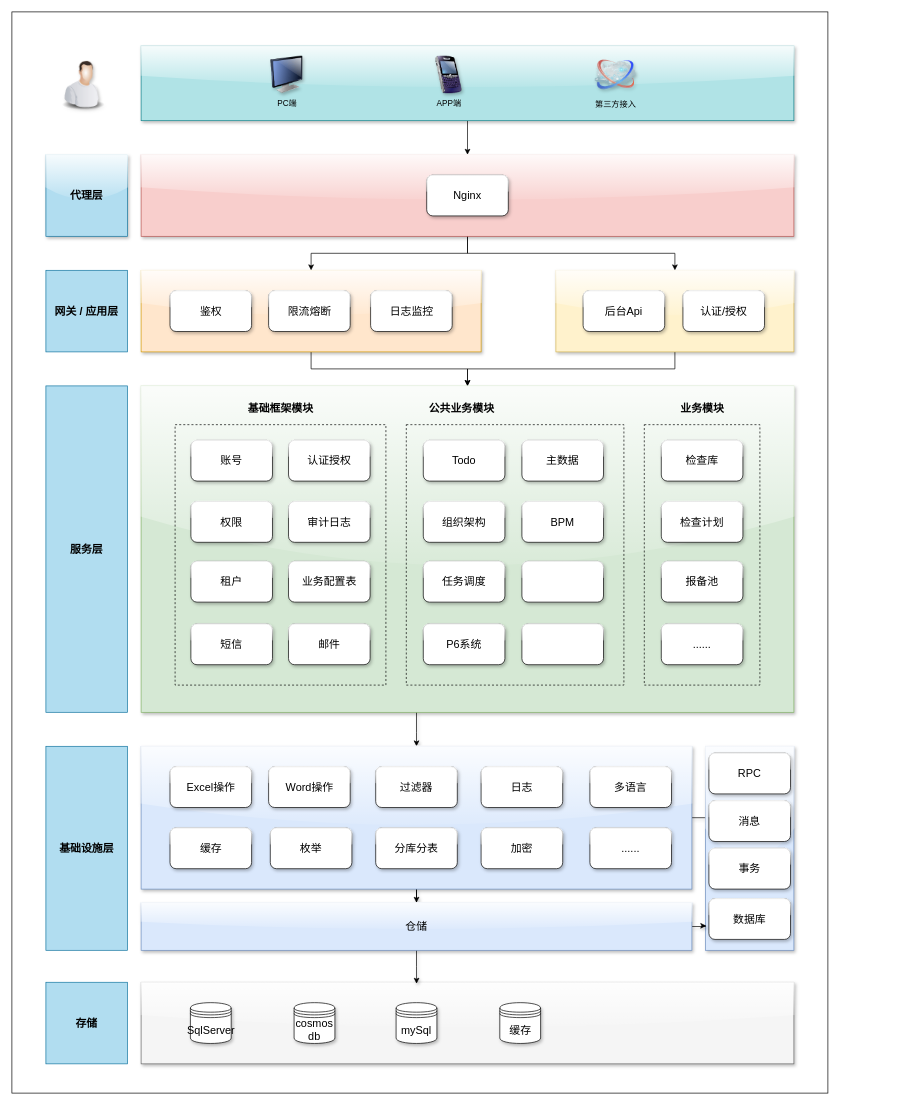
Earlier version of the draw.io diagram drawio/架构图.drawio (jinyangpeng/UML). Source tidied: cells renumbered, new cells numbered last; positions are measured from the earlier drawing's top-left corner, leaving out a move shared by most shapes. Both pictures are drawn from the tidied source at 68%, with x=0, y=0 at pixel (12, 12).
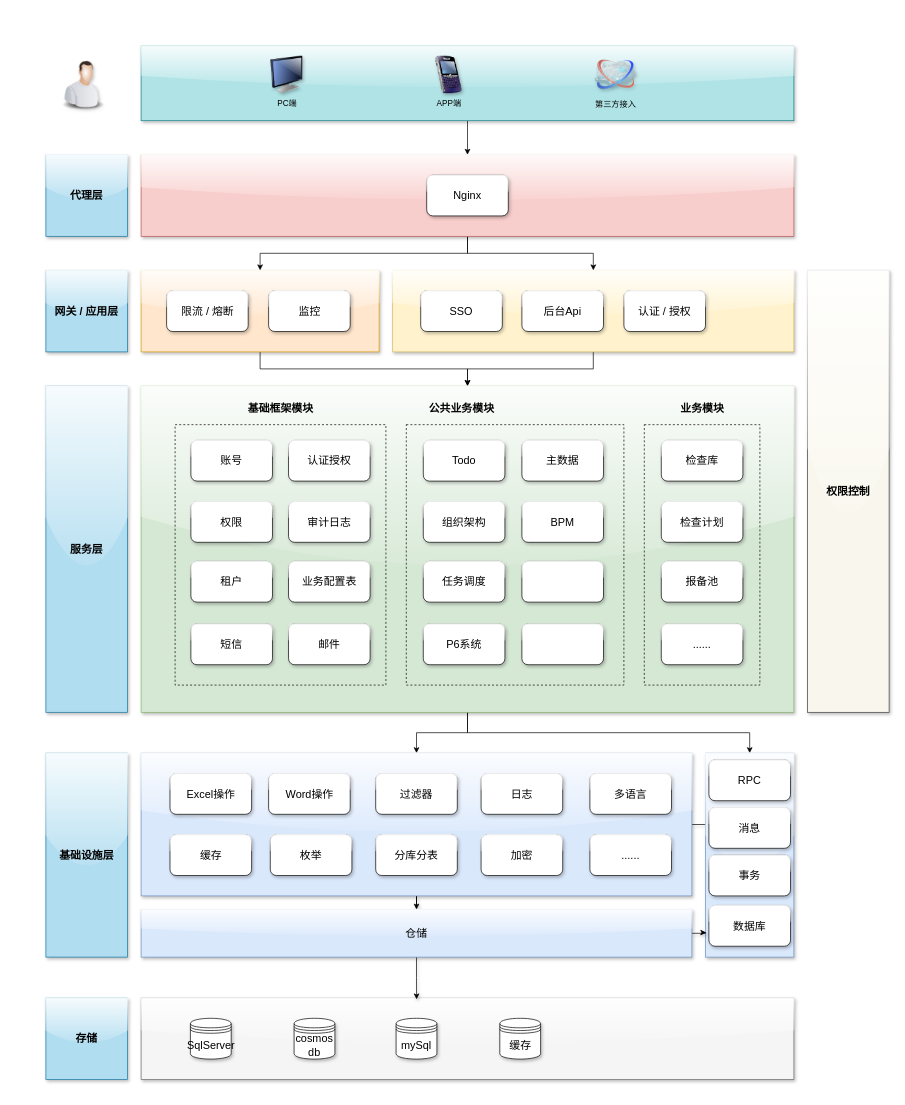
The same diagram, later.

Commit message (it also covers changes not shown here):
更新架构图.drawio

The change refers to these unchanged cells:
```xml
<mxCell id="6" style="rounded=0;whiteSpace=wrap;html=1;fontSize=16;fillColor=#d5e8d4;strokeColor=#82b366;glass=1;shadow=1;" parent="1" vertex="1">
  <mxGeometry x="190" y="550" width="960" height="480" as="geometry" />
</mxCell>
```

What changed in the source:
```diff
@@
-    <mxCell id="2" style="rounded=0;whiteSpace=wrap;html=1;shadow=0;glass=0;sketch=0;strokeWidth=1;fontSize=16;" parent="1" vertex="1">
-      <mxGeometry width="1200" height="1590" as="geometry" />
-    </mxCell>
@@
+    <mxCell id="85" style="edgeStyle=orthogonalEdgeStyle;rounded=0;jettySize=auto;html=1;entryX=0.5;entryY=0;entryDx=0;entryDy=0;" parent="1" edge="1" source="6" target="58">
+      <mxGeometry relative="1" as="geometry">
+        <Array as="points">
+          <mxPoint x="670" y="1060" />
+          <mxPoint x="1085" y="1060" />
+        </Array>
+      </mxGeometry>
+    </mxCell>
-    <mxCell id="5" style="edgeStyle=orthogonalEdgeStyle;rounded=0;jettySize=auto;html=1;entryX=0.5;entryY=0;entryDx=0;entryDy=0;shadow=1;fontSize=16;" parent="1" edge="1" source="6" target="11">
-      <mxGeometry relative="1" as="geometry">
-        <Array as="points">
-          <mxPoint x="595" y="1060" />
-          <mxPoint x="595" y="1060" />
-        </Array>
-      </mxGeometry>
+    <mxCell id="5" style="edgeStyle=orthogonalEdgeStyle;rounded=0;jettySize=auto;html=1;entryX=0.5;entryY=0;entryDx=0;entryDy=0;" parent="1" edge="1" source="6" target="11">
+      <mxGeometry relative="1" as="geometry" />
     </mxCell>
@@
-    <mxCell id="8" value="&lt;font style=&quot;vertical-align: inherit; font-size: 16px;&quot;&gt;&lt;font style=&quot;vertical-align: inherit; font-size: 16px;&quot;&gt;服务层&lt;/font&gt;&lt;/font&gt;" style="rounded=0;whiteSpace=wrap;html=1;fontStyle=1;fontSize=16;labelPosition=center;verticalLabelPosition=middle;align=center;verticalAlign=middle;horizontal=1;fillColor=#b1ddf0;strokeColor=#10739e;" parent="1" vertex="1">
+    <mxCell id="8" value="&lt;font style=&quot;vertical-align: inherit; font-size: 16px;&quot;&gt;&lt;font style=&quot;vertical-align: inherit; font-size: 16px;&quot;&gt;服务层&lt;/font&gt;&lt;/font&gt;" style="rounded=0;whiteSpace=wrap;html=1;fontStyle=1;fontSize=16;labelPosition=center;verticalLabelPosition=middle;align=center;verticalAlign=middle;horizontal=1;fillColor=#b1ddf0;strokeColor=#10739e;glass=1;shadow=1;" parent="1" vertex="1">
       <mxGeometry x="50" y="550" width="120" height="480" as="geometry" />
     </mxCell>
     <mxCell id="9" style="edgeStyle=orthogonalEdgeStyle;rounded=0;jettySize=auto;html=1;shadow=1;fontSize=16;" parent="1" edge="1" source="11">
       <mxGeometry relative="1" as="geometry">
-        <mxPoint x="1019" y="1185" as="targetPoint" />
+        <mxPoint x="1019" y="1195" as="targetPoint" />
       </mxGeometry>
     </mxCell>
@@
     <mxCell id="11" style="rounded=0;whiteSpace=wrap;html=1;fontSize=16;fillColor=#dae8fc;strokeColor=#6c8ebf;glass=1;shadow=1;" parent="1" vertex="1">
-      <mxGeometry x="190" y="1080" width="810" height="210" as="geometry" />
+      <mxGeometry x="190" y="1090" width="810" height="210" as="geometry" />
     </mxCell>
-    <mxCell id="12" value="&lt;font style=&quot;vertical-align: inherit; font-size: 16px;&quot;&gt;&lt;font style=&quot;vertical-align: inherit; font-size: 16px;&quot;&gt;基础设施层&lt;/font&gt;&lt;/font&gt;" style="rounded=0;whiteSpace=wrap;html=1;fontSize=16;fillColor=#b1ddf0;strokeColor=#10739e;fontStyle=1;" parent="1" vertex="1">
-      <mxGeometry x="50" y="1080" width="120" height="300" as="geometry" />
+    <mxCell id="12" value="&lt;font style=&quot;vertical-align: inherit; font-size: 16px;&quot;&gt;&lt;font style=&quot;vertical-align: inherit; font-size: 16px;&quot;&gt;基础设施层&lt;/font&gt;&lt;/font&gt;" style="rounded=0;whiteSpace=wrap;html=1;fontSize=16;fillColor=#b1ddf0;strokeColor=#10739e;fontStyle=1;glass=1;shadow=1;" parent="1" vertex="1">
+      <mxGeometry x="50" y="1090" width="120" height="300" as="geometry" />
     </mxCell>
@@
     <mxCell id="27" value="&lt;font style=&quot;vertical-align: inherit; font-size: 16px;&quot;&gt;&lt;font style=&quot;vertical-align: inherit; font-size: 16px;&quot;&gt;Excel操作&lt;/font&gt;&lt;/font&gt;" style="rounded=1;whiteSpace=wrap;html=1;fontSize=16;shadow=1;glass=1;" parent="1" vertex="1">
-      <mxGeometry x="232.5" y="1110" width="120" height="60" as="geometry" />
+      <mxGeometry x="232.5" y="1120" width="120" height="60" as="geometry" />
     </mxCell>
     <mxCell id="28" value="&lt;font style=&quot;vertical-align: inherit; font-size: 16px;&quot;&gt;&lt;font style=&quot;vertical-align: inherit; font-size: 16px;&quot;&gt;Word操作&lt;/font&gt;&lt;/font&gt;" style="rounded=1;whiteSpace=wrap;html=1;fontSize=16;shadow=1;glass=1;" parent="1" vertex="1">
-      <mxGeometry x="377.5" y="1110" width="120" height="60" as="geometry" />
+      <mxGeometry x="377.5" y="1120" width="120" height="60" as="geometry" />
     </mxCell>
     <mxCell id="29" value="&lt;font style=&quot;vertical-align: inherit; font-size: 16px;&quot;&gt;&lt;font style=&quot;vertical-align: inherit; font-size: 16px;&quot;&gt;加密&lt;/font&gt;&lt;/font&gt;" style="rounded=1;whiteSpace=wrap;html=1;fontSize=16;shadow=1;glass=1;" parent="1" vertex="1">
-      <mxGeometry x="690" y="1200" width="120" height="60" as="geometry" />
+      <mxGeometry x="690" y="1210" width="120" height="60" as="geometry" />
     </mxCell>
     <mxCell id="30" value="&lt;font style=&quot;vertical-align: inherit ; font-size: 16px&quot;&gt;&lt;font style=&quot;vertical-align: inherit ; font-size: 16px&quot;&gt;日志&lt;/font&gt;&lt;/font&gt;" style="rounded=1;whiteSpace=wrap;html=1;fontSize=16;shadow=1;glass=1;" parent="1" vertex="1">
-      <mxGeometry x="690" y="1110" width="120" height="60" as="geometry" />
+      <mxGeometry x="690" y="1120" width="120" height="60" as="geometry" />
     </mxCell>
     <mxCell id="31" value="&lt;font style=&quot;vertical-align: inherit ; font-size: 16px&quot;&gt;&lt;font style=&quot;vertical-align: inherit ; font-size: 16px&quot;&gt;缓存&lt;/font&gt;&lt;/font&gt;" style="rounded=1;whiteSpace=wrap;html=1;fontSize=16;shadow=1;glass=1;" parent="1" vertex="1">
-      <mxGeometry x="232.5" y="1200" width="120" height="60" as="geometry" />
+      <mxGeometry x="232.5" y="1210" width="120" height="60" as="geometry" />
     </mxCell>
     <mxCell id="32" value="&lt;font style=&quot;vertical-align: inherit ; font-size: 16px&quot;&gt;&lt;font style=&quot;vertical-align: inherit ; font-size: 16px&quot;&gt;分库分表&lt;/font&gt;&lt;/font&gt;" style="rounded=1;whiteSpace=wrap;html=1;fontSize=16;shadow=1;glass=1;" parent="1" vertex="1">
-      <mxGeometry x="535" y="1200" width="120" height="60" as="geometry" />
+      <mxGeometry x="535" y="1210" width="120" height="60" as="geometry" />
     </mxCell>
@@
     <mxCell id="40" value="枚举" style="rounded=1;whiteSpace=wrap;html=1;fontSize=16;shadow=1;glass=1;" parent="1" vertex="1">
-      <mxGeometry x="380" y="1200" width="120" height="60" as="geometry" />
+      <mxGeometry x="380" y="1210" width="120" height="60" as="geometry" />
     </mxCell>
     <mxCell id="41" value="过滤器" style="rounded=1;whiteSpace=wrap;html=1;fontSize=16;shadow=1;glass=1;" parent="1" vertex="1">
-      <mxGeometry x="535" y="1110" width="120" height="60" as="geometry" />
+      <mxGeometry x="535" y="1120" width="120" height="60" as="geometry" />
     </mxCell>
     <mxCell id="42" style="rounded=0;whiteSpace=wrap;html=1;fontSize=16;fillColor=#f5f5f5;strokeColor=#666666;fontColor=#333333;glass=1;shadow=1;" parent="1" vertex="1">
-      <mxGeometry x="190" y="1427" width="960" height="120" as="geometry" />
+      <mxGeometry x="190" y="1450" width="960" height="120" as="geometry" />
     </mxCell>
-    <mxCell id="43" value="&lt;font style=&quot;vertical-align: inherit ; font-size: 16px&quot;&gt;&lt;font style=&quot;vertical-align: inherit ; font-size: 16px&quot;&gt;存储&lt;/font&gt;&lt;/font&gt;" style="rounded=0;whiteSpace=wrap;html=1;fontSize=16;fillColor=#b1ddf0;strokeColor=#10739e;fontStyle=1;" parent="1" vertex="1">
-      <mxGeometry x="50" y="1427" width="120" height="120" as="geometry" />
+    <mxCell id="43" value="&lt;font style=&quot;vertical-align: inherit ; font-size: 16px&quot;&gt;&lt;font style=&quot;vertical-align: inherit ; font-size: 16px&quot;&gt;存储&lt;/font&gt;&lt;/font&gt;" style="rounded=0;whiteSpace=wrap;html=1;fontSize=16;fillColor=#b1ddf0;strokeColor=#10739e;fontStyle=1;glass=1;shadow=1;" parent="1" vertex="1">
+      <mxGeometry x="50" y="1450" width="120" height="120" as="geometry" />
     </mxCell>
     <mxCell id="44" value="SqlServer" style="shape=datastore;whiteSpace=wrap;html=1;shadow=1;glass=1;sketch=0;strokeWidth=1;fontSize=16;" parent="1" vertex="1">
-      <mxGeometry x="262.5" y="1457" width="60" height="60" as="geometry" />
+      <mxGeometry x="262.5" y="1480" width="60" height="60" as="geometry" />
     </mxCell>
     <mxCell id="45" value="cosmos db" style="shape=datastore;whiteSpace=wrap;html=1;shadow=1;glass=1;sketch=0;strokeWidth=1;fontSize=16;" parent="1" vertex="1">
-      <mxGeometry x="415" y="1457" width="60" height="60" as="geometry" />
+      <mxGeometry x="415" y="1480" width="60" height="60" as="geometry" />
     </mxCell>
     <mxCell id="46" value="mySql" style="shape=datastore;whiteSpace=wrap;html=1;shadow=1;glass=1;sketch=0;strokeWidth=1;fontSize=16;" parent="1" vertex="1">
-      <mxGeometry x="565" y="1457" width="60" height="60" as="geometry" />
+      <mxGeometry x="565" y="1480" width="60" height="60" as="geometry" />
     </mxCell>
@@
     <mxCell id="48" style="rounded=0;whiteSpace=wrap;html=1;fontSize=16;fillColor=#fff2cc;strokeColor=#d6b656;glass=1;shadow=1;" parent="1" vertex="1">
-      <mxGeometry x="800" y="380" width="350" height="120" as="geometry" />
+      <mxGeometry x="560" y="380" width="590" height="120" as="geometry" />
     </mxCell>
-    <mxCell id="49" value="网关 / 应用层" style="rounded=0;whiteSpace=wrap;html=1;fontSize=16;fillColor=#b1ddf0;strokeColor=#10739e;fontStyle=1;" parent="1" vertex="1">
+    <mxCell id="49" value="网关 / 应用层" style="rounded=0;whiteSpace=wrap;html=1;fontSize=16;fillColor=#b1ddf0;strokeColor=#10739e;fontStyle=1;glass=1;shadow=1;" parent="1" vertex="1">
       <mxGeometry x="50" y="380" width="120" height="120" as="geometry" />
     </mxCell>
     <mxCell id="50" value="&lt;font style=&quot;vertical-align: inherit ; font-size: 16px&quot;&gt;&lt;font style=&quot;vertical-align: inherit ; font-size: 16px&quot;&gt;后台Api&lt;/font&gt;&lt;/font&gt;" style="rounded=1;whiteSpace=wrap;html=1;fontSize=16;shadow=1;glass=1;" parent="1" vertex="1">
-      <mxGeometry x="840" y="410" width="120" height="60" as="geometry" />
+      <mxGeometry x="750" y="410" width="120" height="60" as="geometry" />
     </mxCell>
-    <mxCell id="51" value="&lt;font style=&quot;vertical-align: inherit ; font-size: 16px&quot;&gt;&lt;font style=&quot;vertical-align: inherit ; font-size: 16px&quot;&gt;认证/&lt;/font&gt;&lt;/font&gt;授权" style="rounded=1;whiteSpace=wrap;html=1;fontSize=16;shadow=1;glass=1;" parent="1" vertex="1">
-      <mxGeometry x="986.8" y="410" width="120" height="60" as="geometry" />
+    <mxCell id="51" value="&lt;font style=&quot;vertical-align: inherit ; font-size: 16px&quot;&gt;&lt;font style=&quot;vertical-align: inherit ; font-size: 16px&quot;&gt;认证 /&amp;nbsp;&lt;/font&gt;&lt;/font&gt;授权" style="rounded=1;whiteSpace=wrap;html=1;fontSize=16;shadow=1;glass=1;" parent="1" vertex="1">
+      <mxGeometry x="900" y="410" width="120" height="60" as="geometry" />
     </mxCell>
@@
     <mxCell id="53" style="rounded=0;whiteSpace=wrap;html=1;fontSize=16;fillColor=#ffe6cc;strokeColor=#d79b00;glass=1;shadow=1;" parent="1" vertex="1">
-      <mxGeometry x="190" y="380" width="500" height="120" as="geometry" />
+      <mxGeometry x="190" y="380" width="350" height="120" as="geometry" />
     </mxCell>
-    <mxCell id="54" value="&lt;font style=&quot;vertical-align: inherit ; font-size: 16px&quot;&gt;&lt;font style=&quot;vertical-align: inherit ; font-size: 16px&quot;&gt;鉴权&lt;/font&gt;&lt;/font&gt;" style="rounded=1;whiteSpace=wrap;html=1;fontSize=16;shadow=1;glass=1;" parent="1" vertex="1">
-      <mxGeometry x="232.5" y="410" width="120" height="60" as="geometry" />
-    </mxCell>
-    <mxCell id="55" value="&lt;font style=&quot;vertical-align: inherit ; font-size: 16px&quot;&gt;&lt;font style=&quot;vertical-align: inherit ; font-size: 16px&quot;&gt;限流熔断&lt;/font&gt;&lt;/font&gt;" style="rounded=1;whiteSpace=wrap;html=1;fontSize=16;shadow=1;glass=1;" parent="1" vertex="1">
-      <mxGeometry x="377.5" y="410" width="120" height="60" as="geometry" />
+    <mxCell id="55" value="&lt;font style=&quot;vertical-align: inherit ; font-size: 16px&quot;&gt;&lt;font style=&quot;vertical-align: inherit ; font-size: 16px&quot;&gt;限流 / 熔断&lt;/font&gt;&lt;/font&gt;" style="rounded=1;whiteSpace=wrap;html=1;fontSize=16;shadow=1;glass=1;" parent="1" vertex="1">
+      <mxGeometry x="227.5" y="410" width="120" height="60" as="geometry" />
     </mxCell>
-    <mxCell id="56" value="&lt;font style=&quot;vertical-align: inherit ; font-size: 16px&quot;&gt;&lt;font style=&quot;vertical-align: inherit ; font-size: 16px&quot;&gt;日志监控&lt;/font&gt;&lt;/font&gt;" style="rounded=1;whiteSpace=wrap;html=1;fontSize=16;shadow=1;glass=1;" parent="1" vertex="1">
-      <mxGeometry x="527.5" y="410" width="120" height="60" as="geometry" />
+    <mxCell id="56" value="&lt;font style=&quot;vertical-align: inherit ; font-size: 16px&quot;&gt;&lt;font style=&quot;vertical-align: inherit ; font-size: 16px&quot;&gt;监控&lt;/font&gt;&lt;/font&gt;" style="rounded=1;whiteSpace=wrap;html=1;fontSize=16;shadow=1;glass=1;" parent="1" vertex="1">
+      <mxGeometry x="377.5" y="410" width="120" height="60" as="geometry" />
     </mxCell>
     <mxCell id="57" value="缓存" style="shape=datastore;whiteSpace=wrap;html=1;shadow=1;glass=1;sketch=0;strokeWidth=1;fontSize=16;" parent="1" vertex="1">
-      <mxGeometry x="717.5" y="1457" width="60" height="60" as="geometry" />
+      <mxGeometry x="717.5" y="1480" width="60" height="60" as="geometry" />
     </mxCell>
     <mxCell id="58" style="rounded=0;html=1;fontSize=16;fillColor=#dae8fc;strokeColor=#6c8ebf;horizontal=0;whiteSpace=wrap;labelPosition=center;verticalLabelPosition=middle;align=center;verticalAlign=middle;glass=1;shadow=1;" parent="1" vertex="1">
-      <mxGeometry x="1020" y="1080" width="130" height="300" as="geometry" />
+      <mxGeometry x="1020" y="1090" width="130" height="300" as="geometry" />
     </mxCell>
@@
     <mxCell id="65" style="rounded=0;whiteSpace=wrap;html=1;fontSize=16;fillColor=#dae8fc;strokeColor=#6c8ebf;glass=1;shadow=1;" parent="1" vertex="1">
-      <mxGeometry x="190" y="1310" width="810" height="70" as="geometry" />
+      <mxGeometry x="190" y="1320" width="810" height="70" as="geometry" />
     </mxCell>
     <mxCell id="66" value="仓储" style="text;html=1;strokeColor=none;fillColor=none;align=center;verticalAlign=middle;whiteSpace=wrap;rounded=0;shadow=1;glass=0;sketch=0;fontSize=16;" parent="1" vertex="1">
-      <mxGeometry x="575" y="1335" width="40" height="20" as="geometry" />
+      <mxGeometry x="575" y="1345" width="40" height="20" as="geometry" />
     </mxCell>
@@
     <mxCell id="71" value="&lt;font style=&quot;vertical-align: inherit ; font-size: 16px&quot;&gt;&lt;font style=&quot;vertical-align: inherit ; font-size: 16px&quot;&gt;多语言&lt;/font&gt;&lt;/font&gt;" style="rounded=1;whiteSpace=wrap;html=1;fontSize=16;shadow=1;glass=1;" parent="1" vertex="1">
-      <mxGeometry x="850" y="1110" width="120" height="60" as="geometry" />
+      <mxGeometry x="850" y="1120" width="120" height="60" as="geometry" />
     </mxCell>
     <mxCell id="72" value="数据库" style="rounded=1;whiteSpace=wrap;html=1;fontSize=16;shadow=1;glass=1;" parent="1" vertex="1">
-      <mxGeometry x="1025" y="1304" width="120" height="60" as="geometry" />
+      <mxGeometry x="1025" y="1314" width="120" height="60" as="geometry" />
     </mxCell>
@@
     <mxCell id="76" value="事务" style="rounded=1;whiteSpace=wrap;html=1;fontSize=16;shadow=1;glass=1;" parent="1" vertex="1">
-      <mxGeometry x="1025" y="1230" width="120" height="60" as="geometry" />
+      <mxGeometry x="1025" y="1240" width="120" height="60" as="geometry" />
     </mxCell>
     <mxCell id="77" value="......" style="rounded=1;whiteSpace=wrap;html=1;fontSize=16;shadow=1;glass=1;" parent="1" vertex="1">
-      <mxGeometry x="850" y="1200" width="120" height="60" as="geometry" />
+      <mxGeometry x="850" y="1210" width="120" height="60" as="geometry" />
     </mxCell>
     <mxCell id="78" value="消息" style="rounded=1;whiteSpace=wrap;html=1;fontSize=16;shadow=1;glass=1;" parent="1" vertex="1">
-      <mxGeometry x="1025" y="1160" width="120" height="60" as="geometry" />
+      <mxGeometry x="1025" y="1170" width="120" height="60" as="geometry" />
     </mxCell>
     <mxCell id="79" value="RPC" style="rounded=1;whiteSpace=wrap;html=1;fontSize=16;shadow=1;glass=1;" parent="1" vertex="1">
-      <mxGeometry x="1025" y="1090" width="120" height="60" as="geometry" />
+      <mxGeometry x="1025" y="1100" width="120" height="60" as="geometry" />
     </mxCell>
@@
+    <mxCell id="86" value="权限控制" style="rounded=0;whiteSpace=wrap;html=1;fontStyle=1;fontSize=16;labelPosition=center;verticalLabelPosition=middle;align=center;verticalAlign=middle;horizontal=1;fillColor=#f9f7ed;strokeColor=#36393d;glass=1;shadow=1;" parent="1" vertex="1">
+      <mxGeometry x="1170" y="380" width="120" height="650" as="geometry" />
+    </mxCell>
+    <mxCell id="87" value="&lt;font style=&quot;vertical-align: inherit ; font-size: 16px&quot;&gt;&lt;font style=&quot;vertical-align: inherit ; font-size: 16px&quot;&gt;SSO&lt;br&gt;&lt;/font&gt;&lt;/font&gt;" style="rounded=1;whiteSpace=wrap;html=1;fontSize=16;shadow=1;glass=1;" parent="1" vertex="1">
+      <mxGeometry x="601.2" y="410" width="120" height="60" as="geometry" />
+    </mxCell>
```
